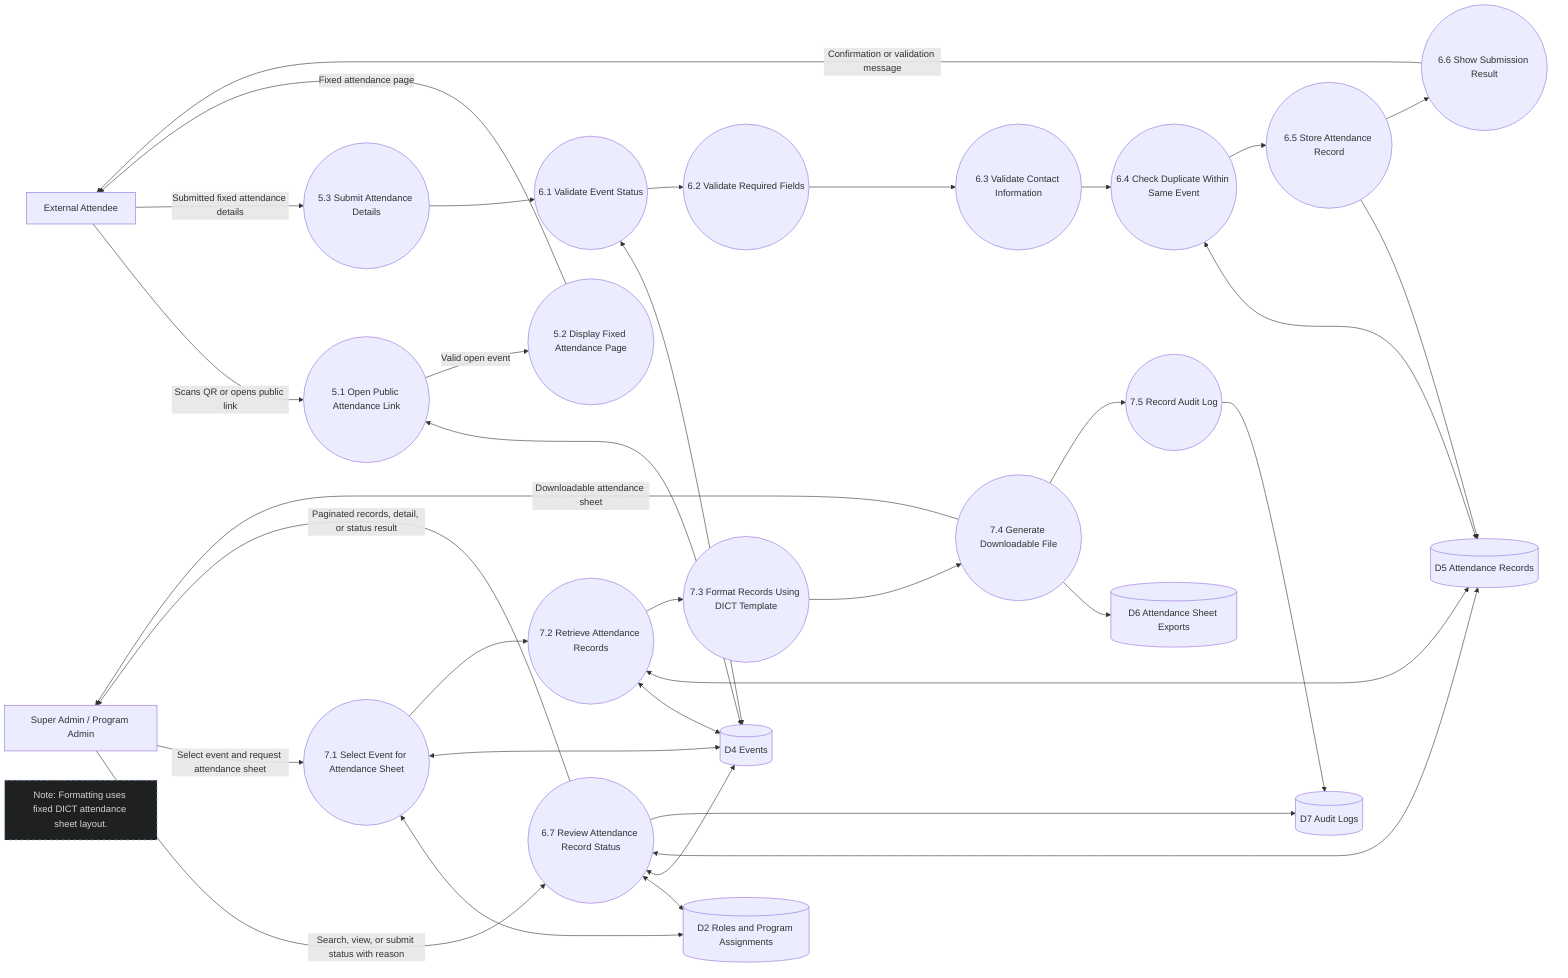
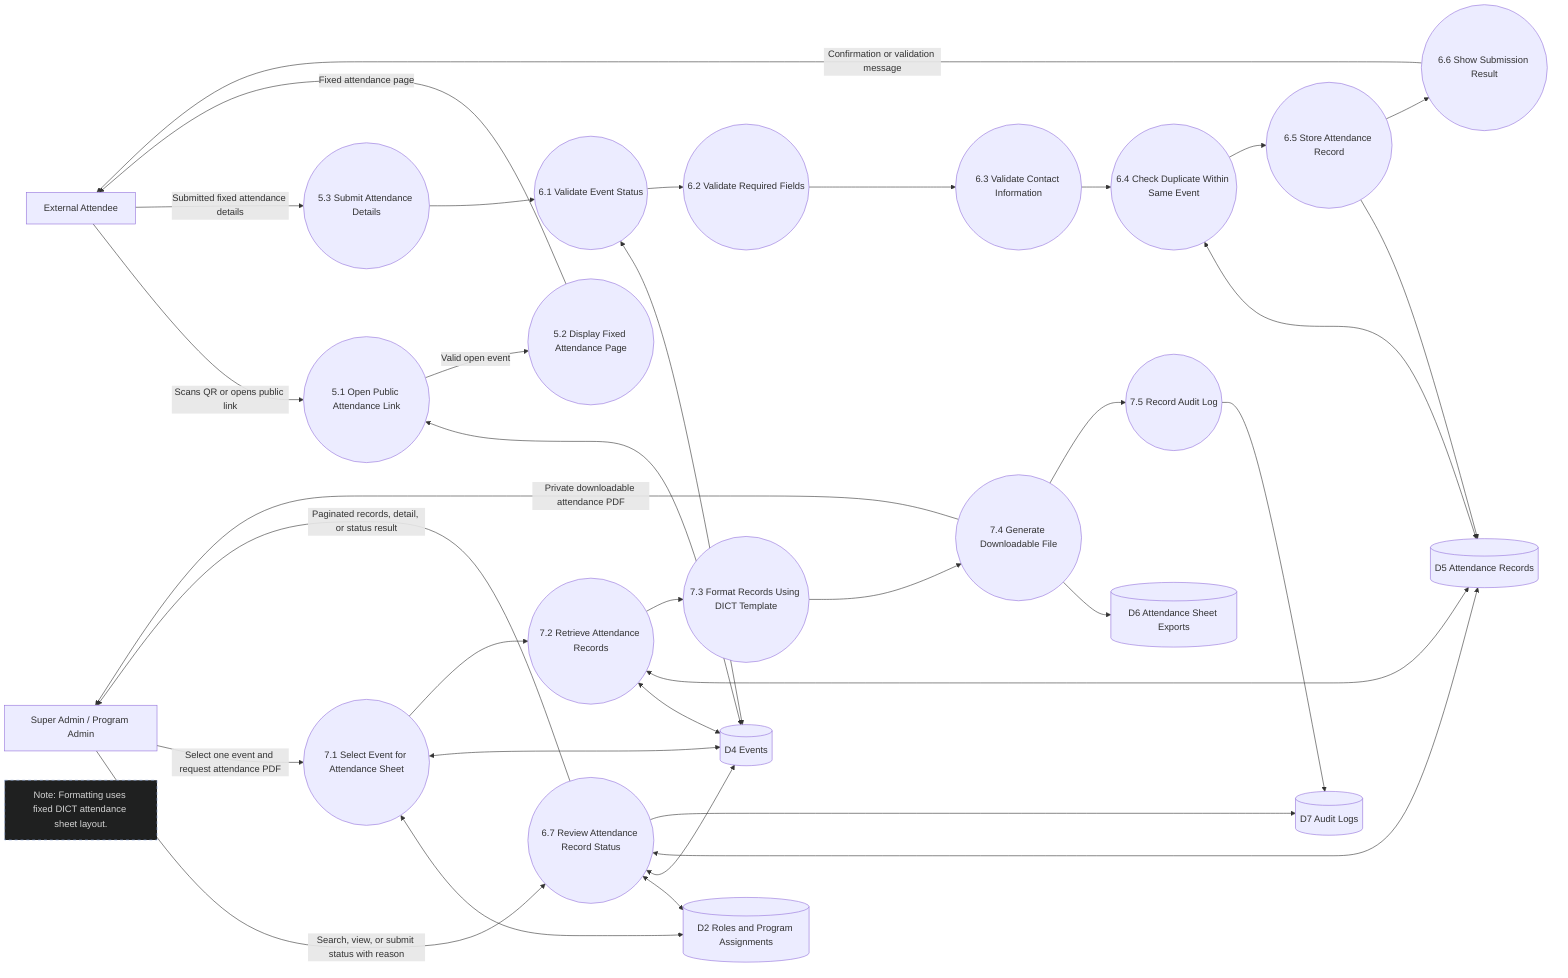
flowchart LR
  attendee[External Attendee]
  admin[Super Admin / Program Admin]
  note_template["Note: Formatting uses fixed DICT attendance sheet layout."]

  p51((5.1 Open Public Attendance Link))
  p52((5.2 Display Fixed Attendance Page))
  p53((5.3 Submit Attendance Details))
  p61((6.1 Validate Event Status))
  p62((6.2 Validate Required Fields))
  p63((6.3 Validate Contact Information))
  p64((6.4 Check Duplicate Within Same Event))
  p65((6.5 Store Attendance Record))
  p66((6.6 Show Submission Result))
  p67((6.7 Review Attendance Record Status))
  p71((7.1 Select Event for Attendance Sheet))
  p72((7.2 Retrieve Attendance Records))
  p73((7.3 Format Records Using DICT Template))
  p74((7.4 Generate Downloadable File))
  p75((7.5 Record Audit Log))

  d2[(D2 Roles and Program Assignments)]
  d4[(D4 Events)]
  d5[(D5 Attendance Records)]
  d6[(D6 Attendance Sheet Exports)]
  d7[(D7 Audit Logs)]

  attendee -->|Scans QR or opens public link| p51
  p51 <--> d4
  p51 -->|Valid open event| p52
  p52 -->|Fixed attendance page| attendee
  attendee -->|Submitted fixed attendance details| p53
  p53 --> p61
  p61 <--> d4
  p61 --> p62
  p62 --> p63
  p63 --> p64
  p64 <--> d5
  p64 --> p65
  p65 --> d5
  p65 --> p66
  p66 -->|Confirmation or validation message| attendee

  admin -->|Search, view, or submit status with reason| p67
  p67 <--> d2
  p67 <--> d4
  p67 <--> d5
  p67 --> d7
  p67 -->|Paginated records, detail, or status result| admin

-   admin -->|Select event and request attendance sheet| p71
+   admin -->|Select one event and request attendance PDF| p71
  p71 <--> d2
  p71 <--> d4
  p71 --> p72
  p72 <--> d4
  p72 <--> d5
  p72 --> p73
  p73 --> p74
  p74 --> d6
-   p74 -->|Downloadable attendance sheet| admin
+   p74 -->|Private downloadable attendance PDF| admin
  p74 --> p75
  p75 --> d7

  classDef note fill:#1f2020,stroke:#8CA6DB,color:#d4d4d4,stroke-dasharray: 5 5
  class note_template note
